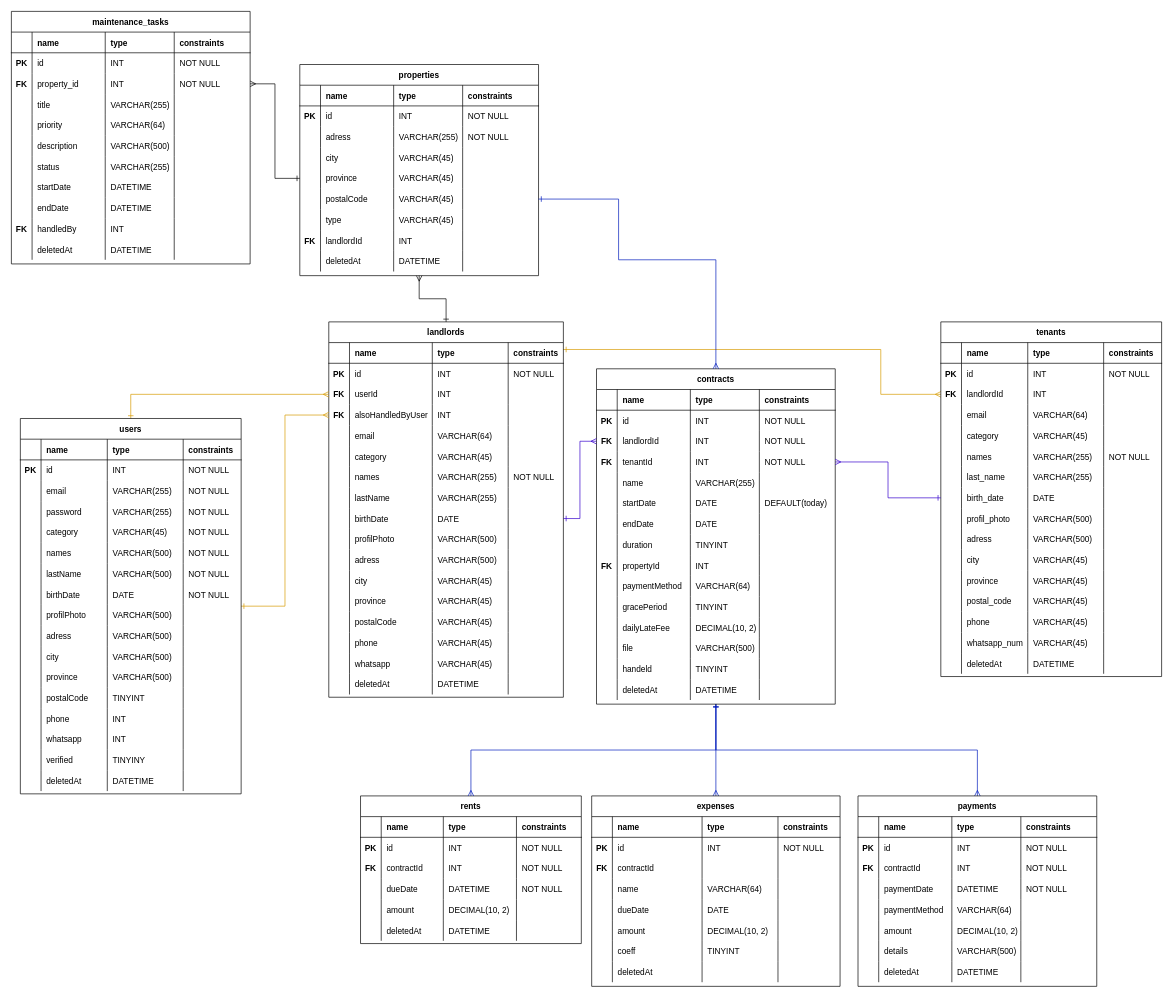
This is Diagrama.drawio from js-urquiza/gin, a draw.io file, before an edit. Source tidied: cells renumbered, new cells numbered last; positions are measured from the earlier drawing's top-left corner, leaving out a move shared by most shapes. Both pictures are drawn from the tidied source at 69%, with x=0, y=0 at pixel (11, 11).
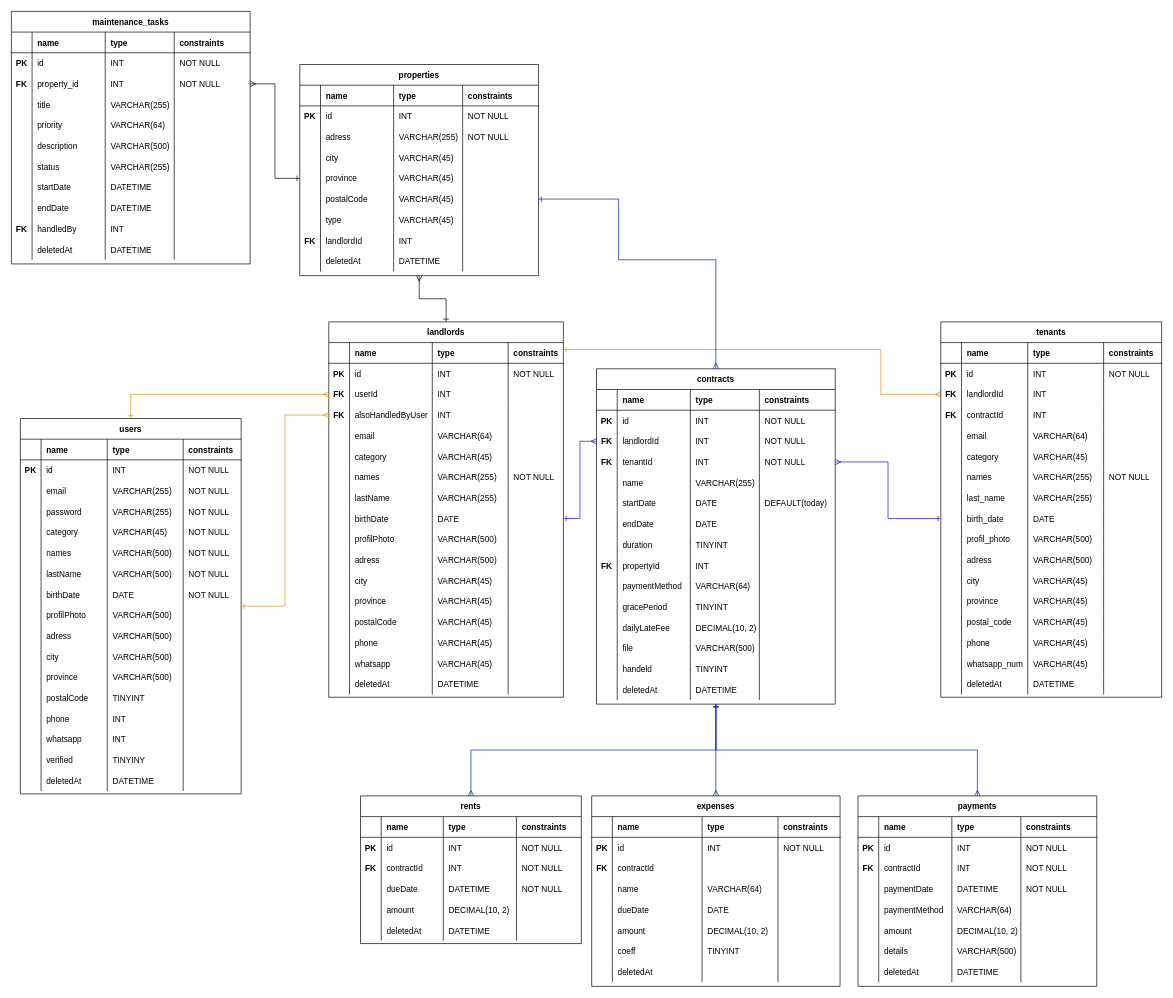
Above is the later version.

Commit message:
Agrego modificación en tabla contracts

Change to the diagram source:
```diff
@@
     <mxCell id="474" value="tenants" style="shape=table;startSize=30;childLayout=tableLayout;rowLines=0;fontStyle=1;align=center;" parent="1" vertex="1">
-      <mxGeometry x="1347" y="450" width="320" height="514" as="geometry" />
+      <mxGeometry x="1347" y="450" width="320" height="544" as="geometry" />
     </mxCell>
@@
+    <mxCell id="558" style="shape=partialRectangle;fillColor=none;top=0;left=0;right=0;bottom=0;" parent="474" vertex="1">
+      <mxGeometry y="120" width="320" height="30" as="geometry" />
+    </mxCell>
+    <mxCell id="559" value="FK" style="shape=partialRectangle;overflow=hidden;fillColor=none;top=0;left=0;bottom=0;right=0;fontStyle=1;" parent="558" vertex="1">
+      <mxGeometry width="30" height="30" as="geometry" />
+    </mxCell>
+    <mxCell id="560" value="contractId" style="shape=partialRectangle;overflow=hidden;fillColor=none;top=0;left=0;bottom=0;right=0;align=left;spacingLeft=6;" parent="558" vertex="1">
+      <mxGeometry x="30" width="96" height="30" as="geometry" />
+    </mxCell>
+    <mxCell id="561" value="INT" style="shape=partialRectangle;overflow=hidden;fillColor=none;top=0;left=0;bottom=0;right=0;align=left;spacingLeft=6;" parent="558" vertex="1">
+      <mxGeometry x="126" width="110" height="30" as="geometry" />
+    </mxCell>
+    <mxCell id="562" style="shape=partialRectangle;overflow=hidden;fillColor=none;top=0;left=0;bottom=0;right=0;align=left;spacingLeft=6;" parent="558" vertex="1">
+      <mxGeometry x="236" width="84" height="30" as="geometry" />
+    </mxCell>
     <mxCell id="490" style="shape=partialRectangle;fillColor=none;top=0;left=0;right=0;bottom=0;" parent="474" vertex="1">
-      <mxGeometry y="120" width="320" height="30" as="geometry" />
+      <mxGeometry y="150" width="320" height="30" as="geometry" />
     </mxCell>
@@
     <mxCell id="495" style="shape=partialRectangle;fillColor=none;top=0;left=0;right=0;bottom=0;" parent="474" vertex="1">
-      <mxGeometry y="150" width="320" height="30" as="geometry" />
+      <mxGeometry y="180" width="320" height="30" as="geometry" />
     </mxCell>
@@
     <mxCell id="500" style="shape=partialRectangle;fillColor=none;top=0;left=0;right=0;bottom=0;" parent="474" vertex="1">
-      <mxGeometry y="180" width="320" height="30" as="geometry" />
+      <mxGeometry y="210" width="320" height="30" as="geometry" />
     </mxCell>
@@
     <mxCell id="505" style="shape=partialRectangle;fillColor=none;top=0;left=0;right=0;bottom=0;" parent="474" vertex="1">
-      <mxGeometry y="210" width="320" height="30" as="geometry" />
+      <mxGeometry y="240" width="320" height="30" as="geometry" />
     </mxCell>
@@
     <mxCell id="510" style="shape=partialRectangle;fillColor=none;points=[[0,0.5],[1,0.5]];portConstraint=eastwest;top=0;left=0;right=0;bottom=0;" parent="474" vertex="1">
-      <mxGeometry y="240" width="320" height="30" as="geometry" />
+      <mxGeometry y="270" width="320" height="30" as="geometry" />
     </mxCell>
@@
     <mxCell id="515" style="shape=partialRectangle;fillColor=none;top=0;left=0;right=0;bottom=0;" parent="474" vertex="1">
-      <mxGeometry y="270" width="320" height="30" as="geometry" />
+      <mxGeometry y="300" width="320" height="30" as="geometry" />
     </mxCell>
@@
     <mxCell id="520" style="shape=partialRectangle;fillColor=none;top=0;left=0;right=0;bottom=0;" parent="474" vertex="1">
-      <mxGeometry y="300" width="320" height="30" as="geometry" />
+      <mxGeometry y="330" width="320" height="30" as="geometry" />
     </mxCell>
@@
     <mxCell id="525" style="shape=partialRectangle;fillColor=none;top=0;left=0;right=0;bottom=0;" parent="474" vertex="1">
-      <mxGeometry y="330" width="320" height="30" as="geometry" />
+      <mxGeometry y="360" width="320" height="30" as="geometry" />
     </mxCell>
@@
     <mxCell id="530" style="shape=partialRectangle;fillColor=none;top=0;left=0;right=0;bottom=0;" parent="474" vertex="1">
-      <mxGeometry y="360" width="320" height="30" as="geometry" />
+      <mxGeometry y="390" width="320" height="30" as="geometry" />
     </mxCell>
@@
     <mxCell id="535" style="shape=partialRectangle;fillColor=none;top=0;left=0;right=0;bottom=0;" parent="474" vertex="1">
-      <mxGeometry y="390" width="320" height="30" as="geometry" />
+      <mxGeometry y="420" width="320" height="30" as="geometry" />
     </mxCell>
@@
     <mxCell id="540" style="shape=partialRectangle;fillColor=none;top=0;left=0;right=0;bottom=0;" parent="474" vertex="1">
-      <mxGeometry y="420" width="320" height="30" as="geometry" />
+      <mxGeometry y="450" width="320" height="30" as="geometry" />
     </mxCell>
@@
     <mxCell id="545" style="shape=partialRectangle;fillColor=none;top=0;left=0;right=0;bottom=0;" parent="474" vertex="1">
-      <mxGeometry y="450" width="320" height="30" as="geometry" />
+      <mxGeometry y="480" width="320" height="30" as="geometry" />
     </mxCell>
@@
     <mxCell id="550" style="shape=partialRectangle;fillColor=none;top=0;left=0;right=0;bottom=0;" parent="474" vertex="1">
-      <mxGeometry y="480" width="320" height="30" as="geometry" />
+      <mxGeometry y="510" width="320" height="30" as="geometry" />
     </mxCell>
```
